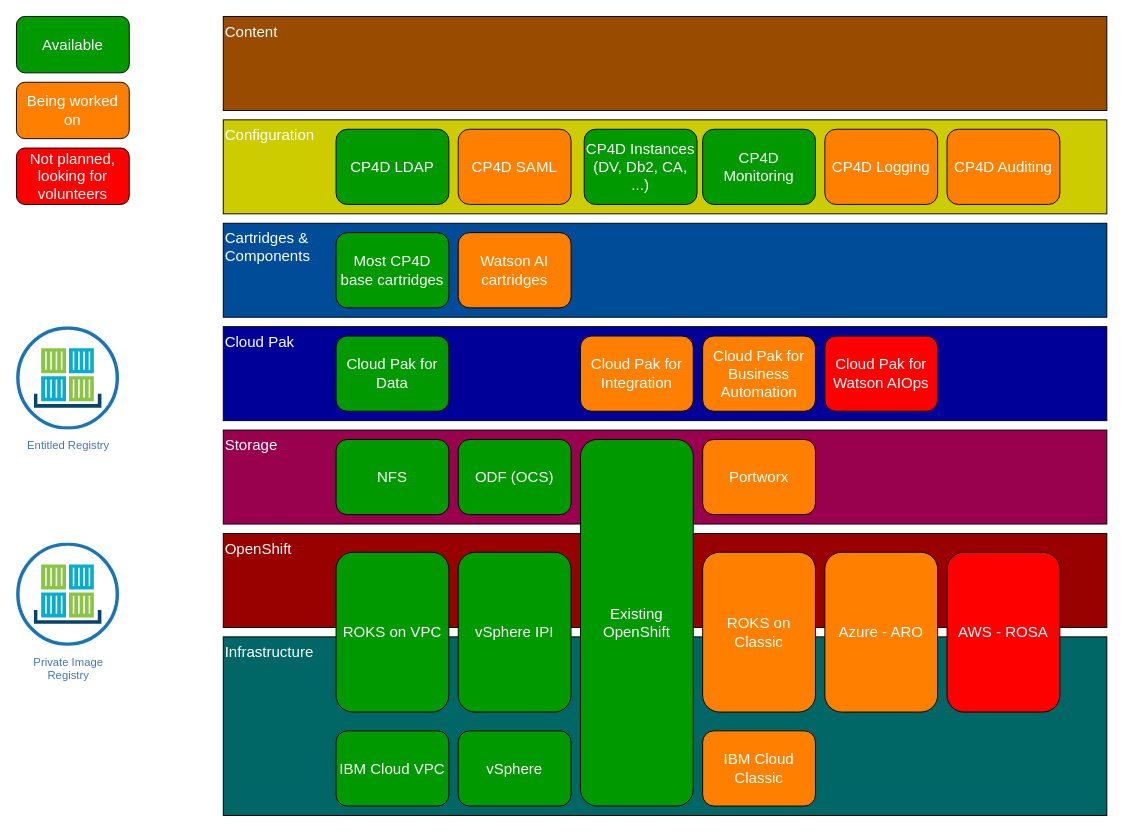
Above: doc/src/pages/cp-deploy/overview/cp-deploy-current-state.drawio in IBM/cloud-pak-deployer (draw.io), before the change. Source tidied: cells renumbered, new cells numbered last; positions are measured from the earlier drawing's top-left corner, leaving out a move shared by most shapes. Both pictures are drawn from the tidied source at 94%, with x=0, y=0 at pixel (16, 16).
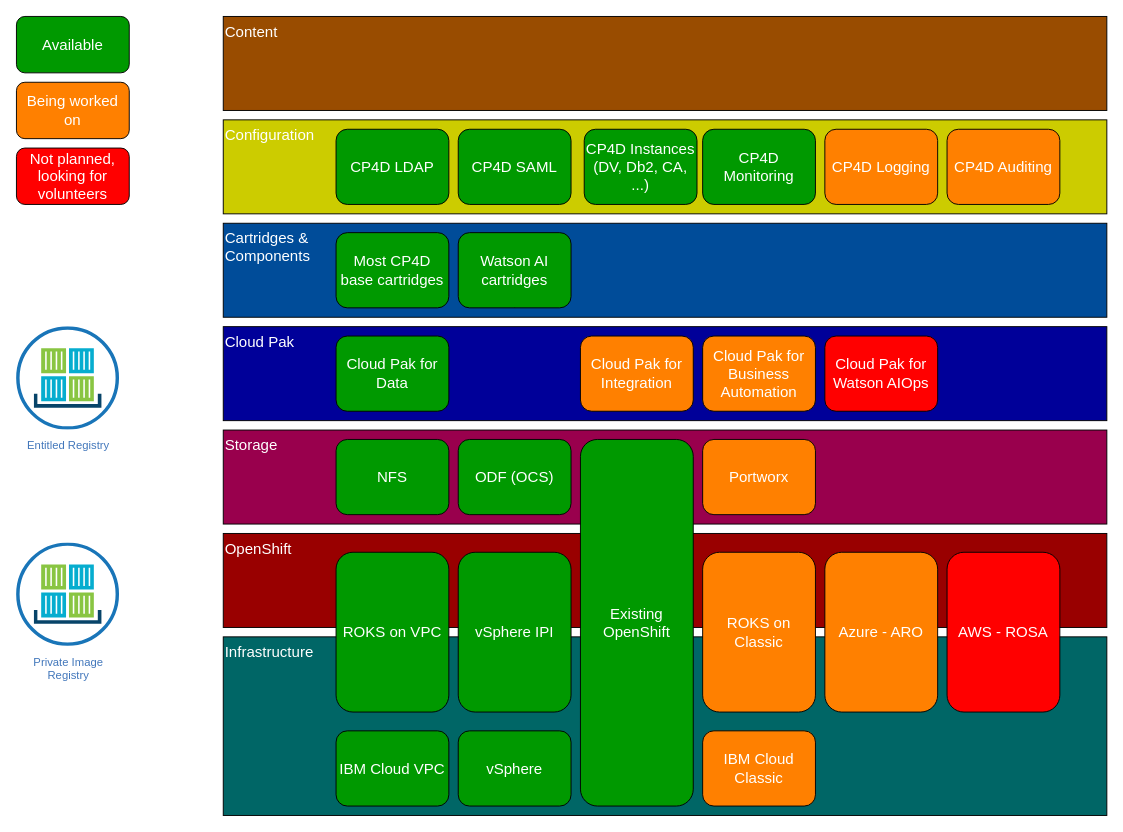
The same diagram, later.

Commit message (it also covers changes not shown here):
Add Watson cartridges

Change to the diagram source:
```diff
@@
-    <mxCell id="37" value="Watson AI cartridges" style="rounded=1;whiteSpace=wrap;html=1;fontSize=16;fontColor=#FFFFFF;fillColor=#FF8000;align=center;verticalAlign=middle;" parent="34" vertex="1">
+    <mxCell id="37" value="Watson AI cartridges" style="rounded=1;whiteSpace=wrap;html=1;fontSize=16;fontColor=#FFFFFF;fillColor=#009900;align=center;verticalAlign=middle;" parent="34" vertex="1">
       <mxGeometry x="470" y="230" width="120" height="80" as="geometry" />
     </mxCell>
@@
-    <mxCell id="40" value="CP4D SAML" style="rounded=1;whiteSpace=wrap;html=1;fontSize=16;fontColor=#FFFFFF;fillColor=#FF8000;align=center;verticalAlign=middle;" parent="38" vertex="1">
+    <mxCell id="40" value="CP4D SAML" style="rounded=1;whiteSpace=wrap;html=1;fontSize=16;fontColor=#FFFFFF;fillColor=#009900;align=center;verticalAlign=middle;" parent="38" vertex="1">
       <mxGeometry x="470" y="120" width="120" height="80" as="geometry" />
     </mxCell>
```
